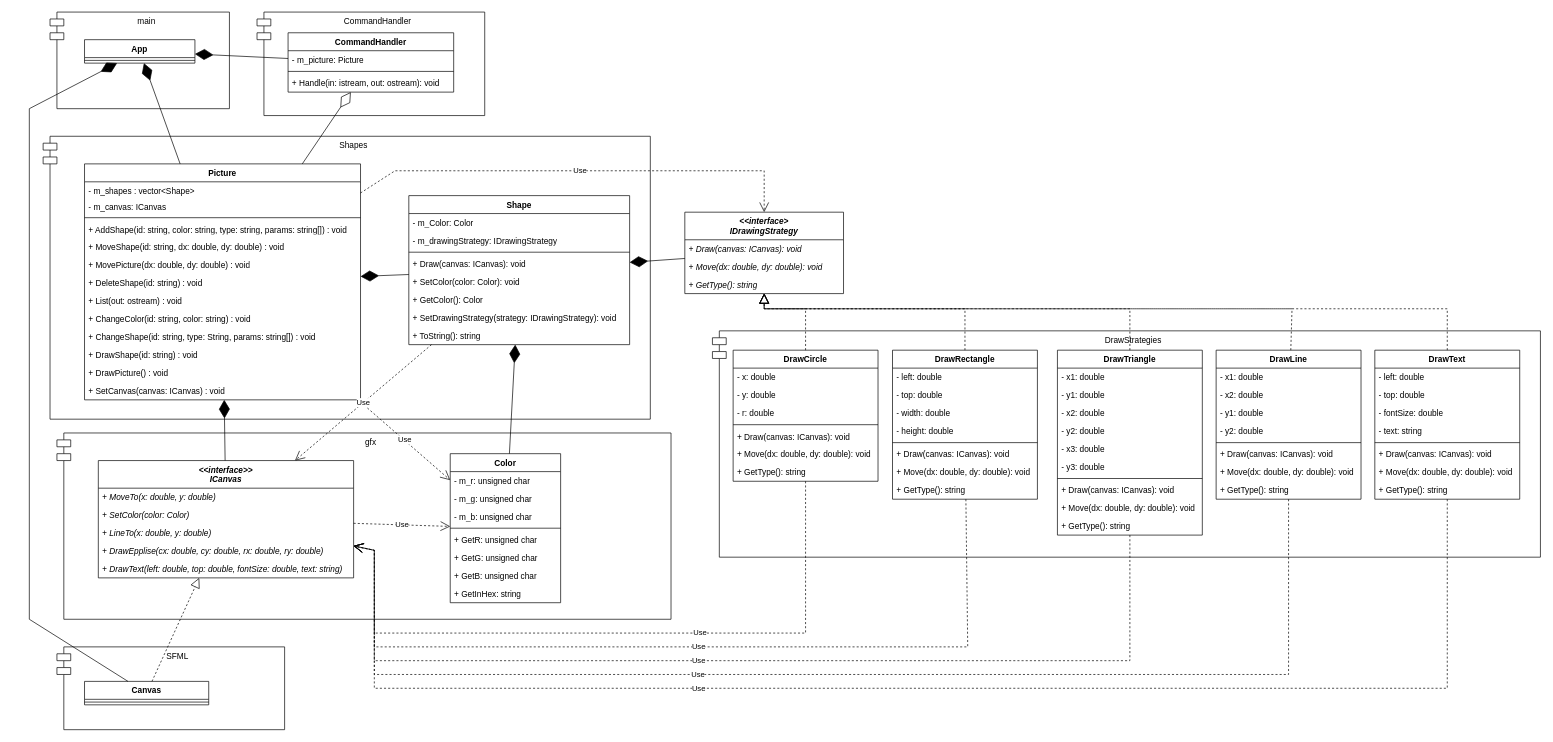
Above: lw1/4/Shapes.drawio in ProstP/OOD (draw.io), before the change. Source tidied: cells renumbered, new cells numbered last; positions are measured from the earlier drawing's top-left corner, leaving out a move shared by most shapes. Both pictures are drawn from the tidied source at 69%, with x=0, y=0 at pixel (29, 12).
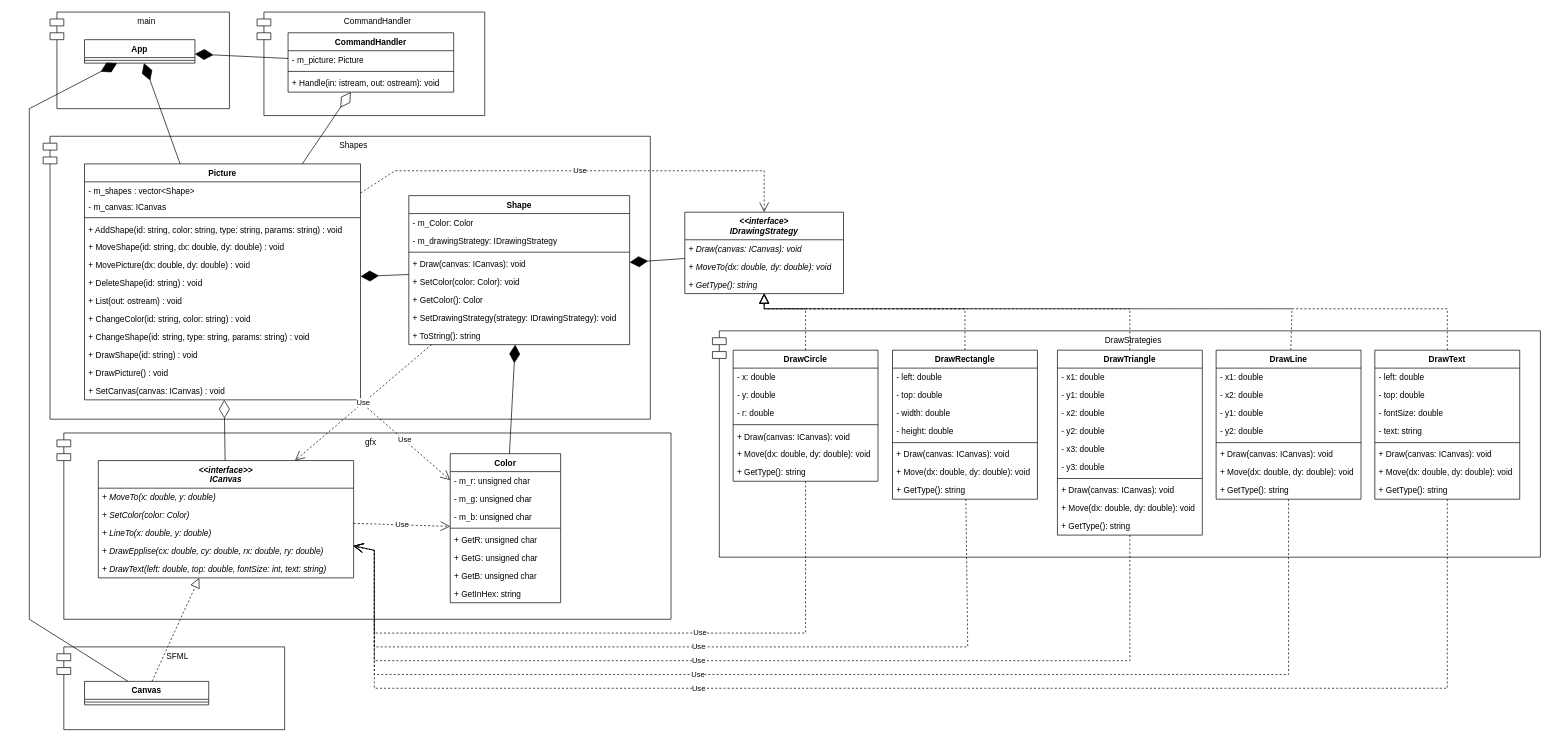
Above is the later version.

Unchanged cells that the change refers to:
```xml
<mxCell id="14" value="Picture" style="swimlane;fontStyle=1;align=center;verticalAlign=top;horizontal=1;startSize=26;whiteSpace=wrap;html=1;" parent="1" vertex="1">
  <mxGeometry x="80" y="220" width="400" height="342" as="geometry" />
</mxCell>
<mxCell id="38" value="&lt;&lt;interface&gt;&gt;&#10;ICanvas" style="swimlane;fontStyle=3;align=center;verticalAlign=top;horizontal=1;startSize=40;" parent="1" vertex="1">
  <mxGeometry x="100" y="650" width="370" height="170" as="geometry" />
</mxCell>
<mxCell id="44" value="&lt;div&gt;&lt;i&gt;&amp;lt;&amp;lt;interface&amp;gt;&lt;/i&gt;&lt;/div&gt;&lt;i&gt;IDrawingStrategy&lt;/i&gt;" style="swimlane;fontStyle=1;align=center;verticalAlign=top;horizontal=1;startSize=40;whiteSpace=wrap;html=1;" parent="1" vertex="1">
  <mxGeometry x="950" y="290" width="230" height="118" as="geometry" />
</mxCell>
```

Diff of the diagram source:
```diff
@@
-    <mxCell id="18" value="+ AddShape(id: string, color: string, type: string, params: string[]&lt;span style=&quot;background-color: initial;&quot;&gt;) : void&lt;/span&gt;" style="text;strokeColor=none;fillColor=none;align=left;verticalAlign=top;spacingLeft=4;spacingRight=4;overflow=hidden;whiteSpace=wrap;html=1;" parent="14" vertex="1">
+    <mxCell id="18" value="+ AddShape(id: string, color: string, type: string, params: string&lt;span style=&quot;background-color: initial;&quot;&gt;) : void&lt;/span&gt;" style="text;strokeColor=none;fillColor=none;align=left;verticalAlign=top;spacingLeft=4;spacingRight=4;overflow=hidden;whiteSpace=wrap;html=1;" parent="14" vertex="1">
       <mxGeometry y="82" width="400" height="26" as="geometry" />
     </mxCell>
@@
-    <mxCell id="24" value="+ ChangeShape(id: string, type: String, params: string[]) : void" style="text;strokeColor=none;fillColor=none;align=left;verticalAlign=top;spacingLeft=4;spacingRight=4;overflow=hidden;whiteSpace=wrap;html=1;" parent="14" vertex="1">
+    <mxCell id="24" value="+ ChangeShape(id: string, type: string, params: string) : void" style="text;strokeColor=none;fillColor=none;align=left;verticalAlign=top;spacingLeft=4;spacingRight=4;overflow=hidden;whiteSpace=wrap;html=1;" parent="14" vertex="1">
       <mxGeometry y="238" width="400" height="26" as="geometry" />
     </mxCell>
@@
-    <mxCell id="43" value="+ DrawText(left: double, top: double, fontSize: double, text: string)" style="text;strokeColor=none;fillColor=none;align=left;verticalAlign=top;spacingLeft=4;spacingRight=4;overflow=hidden;fontStyle=2;" parent="38" vertex="1">
+    <mxCell id="43" value="+ DrawText(left: double, top: double, fontSize: int, text: string)" style="text;strokeColor=none;fillColor=none;align=left;verticalAlign=top;spacingLeft=4;spacingRight=4;overflow=hidden;fontStyle=2;" parent="38" vertex="1">
       <mxGeometry y="144" width="370" height="26" as="geometry" />
     </mxCell>
@@
-    <mxCell id="46" value="&lt;i&gt;+ Move(dx: double, dy: double): void&lt;/i&gt;" style="text;strokeColor=none;fillColor=none;align=left;verticalAlign=top;spacingLeft=4;spacingRight=4;overflow=hidden;whiteSpace=wrap;html=1;" parent="44" vertex="1">
+    <mxCell id="46" value="&lt;i&gt;+ MoveTo(dx: double, dy: double): void&lt;/i&gt;" style="text;strokeColor=none;fillColor=none;align=left;verticalAlign=top;spacingLeft=4;spacingRight=4;overflow=hidden;whiteSpace=wrap;html=1;" parent="44" vertex="1">
       <mxGeometry y="66" width="230" height="26" as="geometry" />
     </mxCell>
@@
-    <mxCell id="63" style="endArrow=diamondThin;endFill=1;endSize=24;html=1;rounded=0;" parent="1" edge="1" source="38" target="14">
+    <mxCell id="63" style="endArrow=diamondThin;endFill=0;endSize=24;html=1;rounded=0;" parent="1" edge="1" source="38" target="14">
       <mxGeometry relative="1" as="geometry" />
     </mxCell>
```
